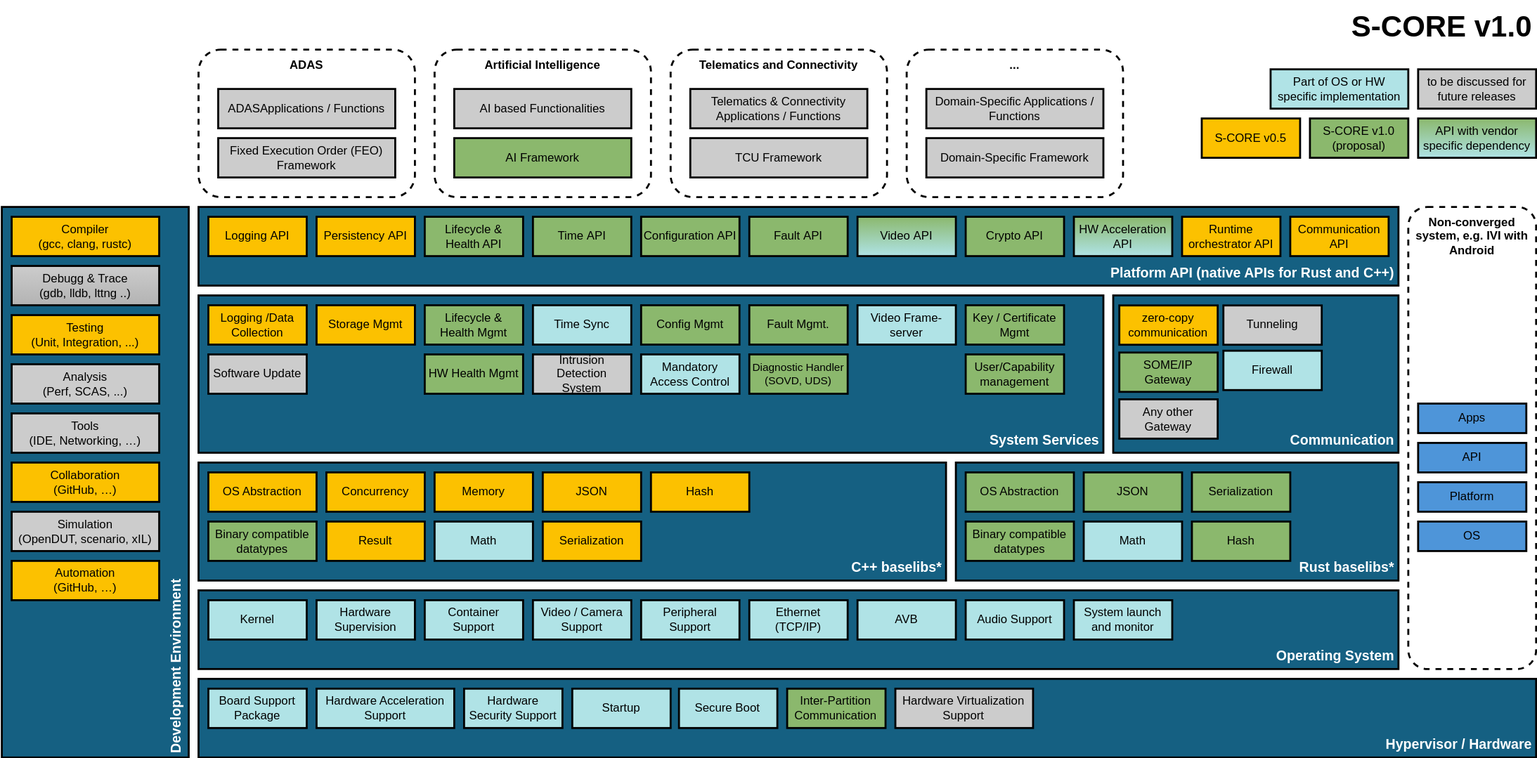
The draw.io diagram pr-1929/_images/architecture.drawio.svg in eclipse-score/score, before a commit. Source tidied: cells renumbered, new cells last; positions are measured from the earlier drawing's top-left corner, leaving out a move shared by most shapes.
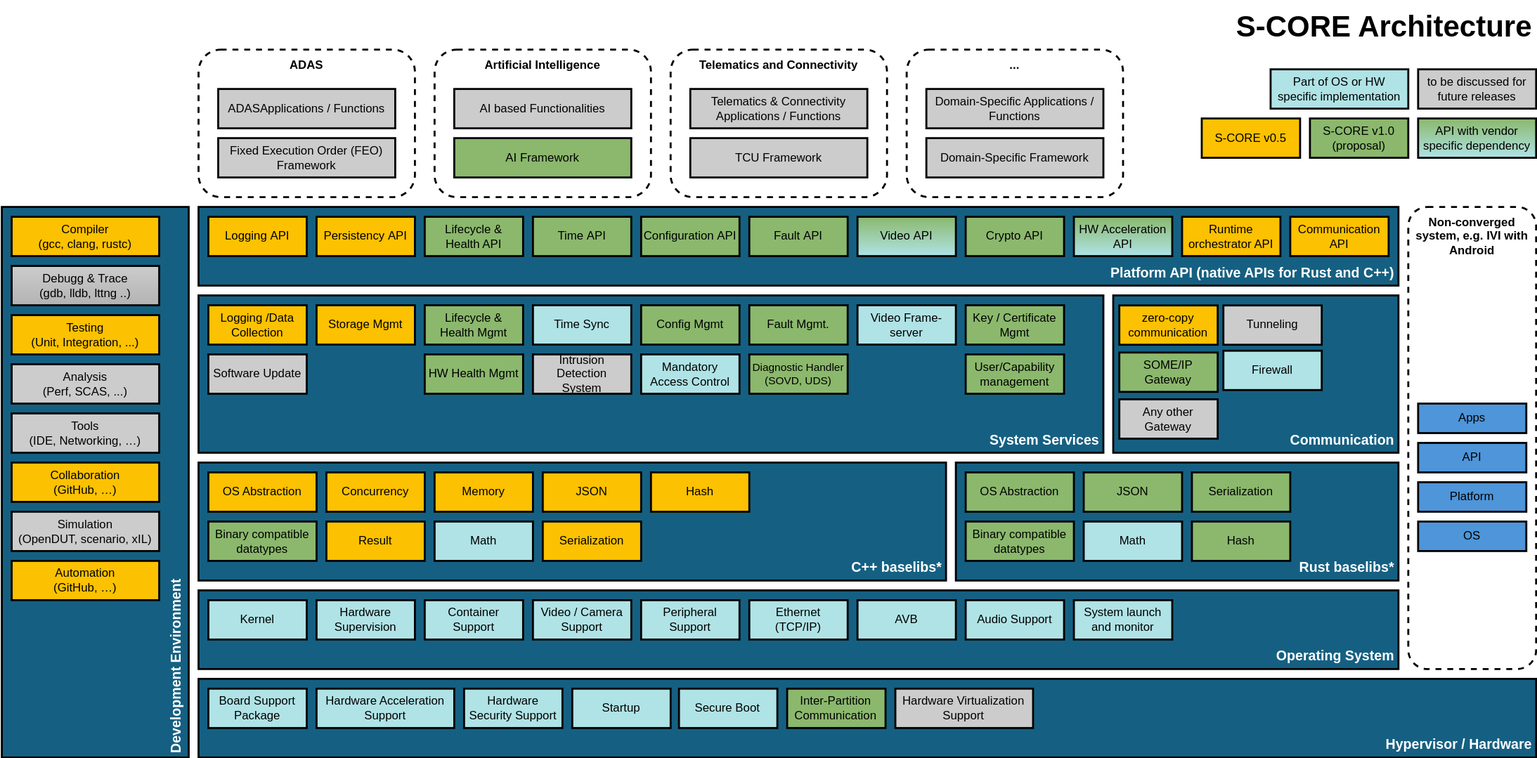
After the change.

Diff of the diagram source:
```diff
@@ -27,7 +27,7 @@
       <mxGeometry x="970" y="470" width="450" height="120" as="geometry" />
     </mxCell>
     <mxCell id="10" value="Features" parent="0" />
-    <mxCell id="11" value="S-CORE v1.0" style="text;whiteSpace=wrap;overflow=hidden;rounded=0;align=right;fontStyle=1;fontSize=30;spacingLeft=0;spacing=4;" parent="10" vertex="1">
+    <mxCell id="11" value="S-CORE Architecture" style="text;whiteSpace=wrap;overflow=hidden;rounded=0;align=right;fontStyle=1;fontSize=30;spacingLeft=0;spacing=4;" parent="10" vertex="1">
       <mxGeometry x="1232.5" width="327.5" height="47.9" as="geometry" />
     </mxCell>
     <mxCell id="12" value="ADAS" style="rounded=1;whiteSpace=wrap;strokeWidth=2;dashed=1;verticalAlign=top;spacing=4;fontStyle=1;spacingLeft=0;" parent="10" vertex="1">
```
